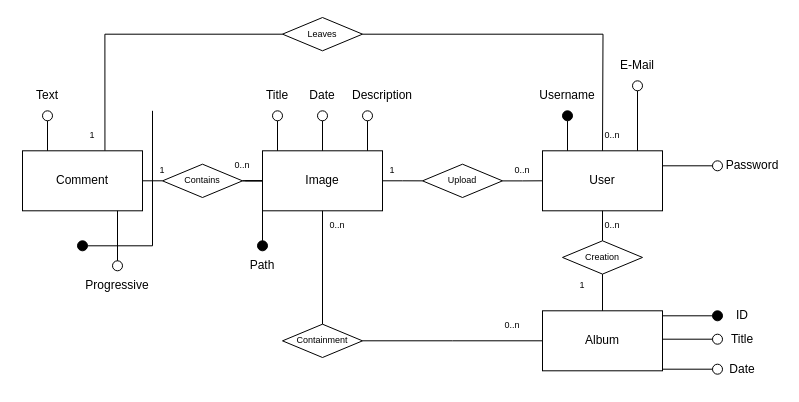
Before: Design/Schema_E-R.drawio in daniLOLZ/TIW-Gallery-2022, a draw.io diagram. Source tidied: cells renumbered, new cells numbered last; positions are measured from the earlier drawing's top-left corner, leaving out a move shared by most shapes. Both pictures are drawn from the tidied source at 100%, with x=0, y=0 at pixel (17, 17).
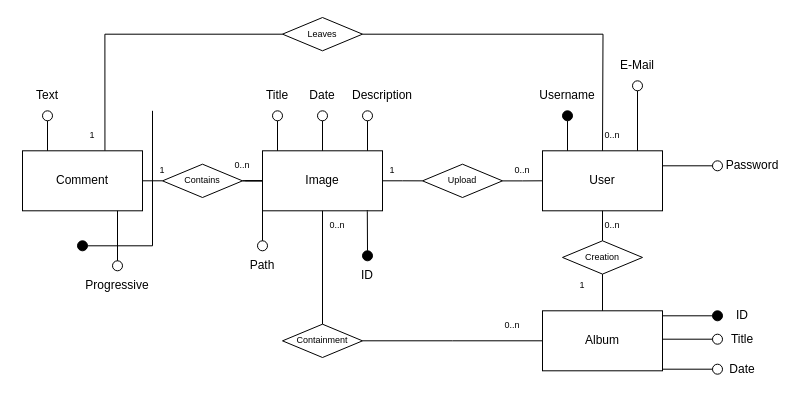
The same diagram, later.

The change refers to these unchanged cells:
```xml
<mxCell id="32" value="0..n" style="text;html=1;strokeColor=none;fillColor=none;align=center;verticalAlign=middle;whiteSpace=wrap;rounded=0;fontSize=9;" parent="1" vertex="1">
  <mxGeometry x="290" y="193.3" width="60" height="30" as="geometry" />
</mxCell>
```

Diff of the diagram source:
```diff
@@
-    <mxCell id="68" style="ellipse;whiteSpace=wrap;html=1;fillColor=#000000;fontSize=12;" parent="1" vertex="1">
+    <mxCell id="68" style="ellipse;whiteSpace=wrap;html=1;fillColor=none;fontSize=12;" parent="1" vertex="1">
       <mxGeometry x="240" y="223.3" width="10" height="10" as="geometry" />
     </mxCell>
+    <mxCell id="69" style="ellipse;whiteSpace=wrap;html=1;fillColor=#000000;" parent="1" vertex="1">
+      <mxGeometry x="345" y="233.3" width="10" height="10" as="geometry" />
+    </mxCell>
+    <mxCell id="70" style="endArrow=none;html=1;entryX=0.5;entryY=0;entryDx=0;entryDy=0;rounded=0;edgeStyle=orthogonalEdgeStyle;exitX=0.997;exitY=-0.019;exitDx=0;exitDy=0;exitPerimeter=0;" parent="1" edge="1" source="32" target="69">
+      <mxGeometry relative="1" as="geometry">
+        <Array as="points">
+          <mxPoint x="350" y="194" />
+          <mxPoint x="350" y="194" />
+        </Array>
+      </mxGeometry>
+    </mxCell>
+    <mxCell id="71" value="ID" style="text;html=1;strokeColor=none;fillColor=none;align=center;verticalAlign=middle;whiteSpace=wrap;rounded=0;" parent="1" vertex="1">
+      <mxGeometry x="320" y="243.3" width="60" height="30" as="geometry" />
+    </mxCell>
```
